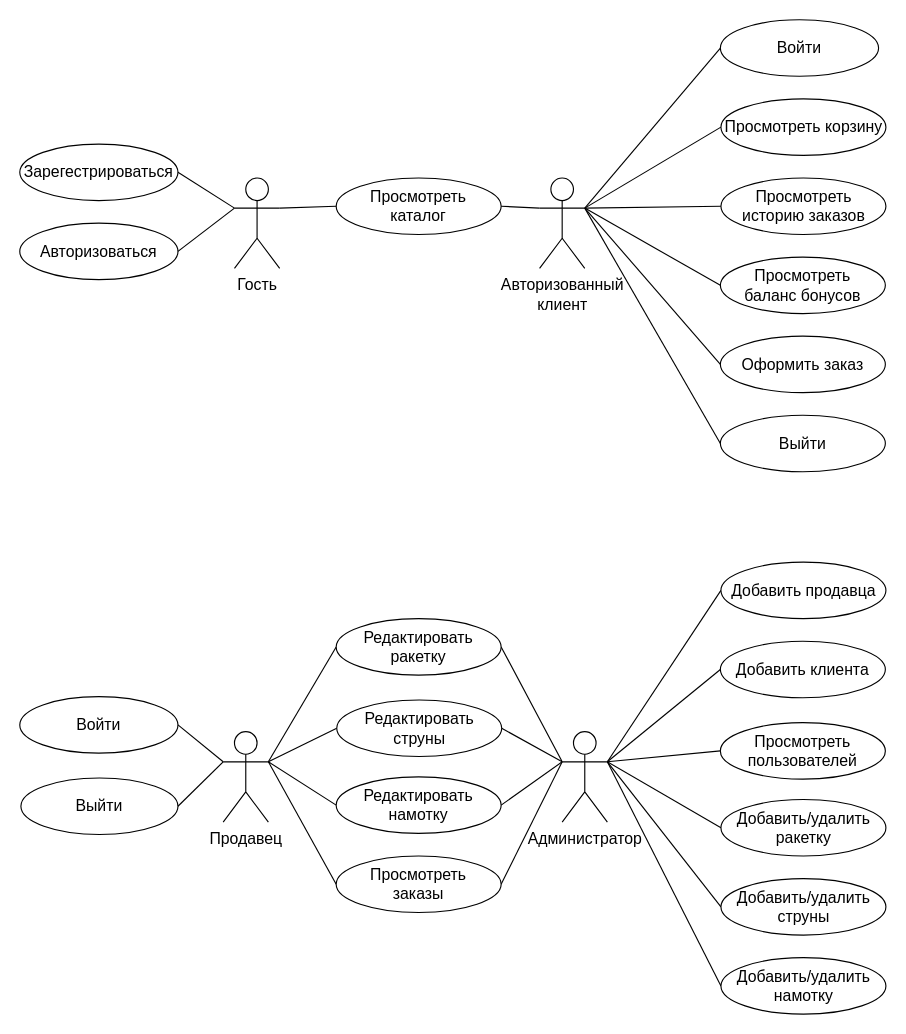
Above: schemes/raws/use-case.drawio in mshsvnv/SoftwareDesign (draw.io), before the change. Source tidied: cells renumbered, new cells numbered last; positions are measured from the earlier drawing's top-left corner, leaving out a move shared by most shapes. Both pictures are drawn from the tidied source at 113%, with x=0, y=0 at pixel (19, 19).
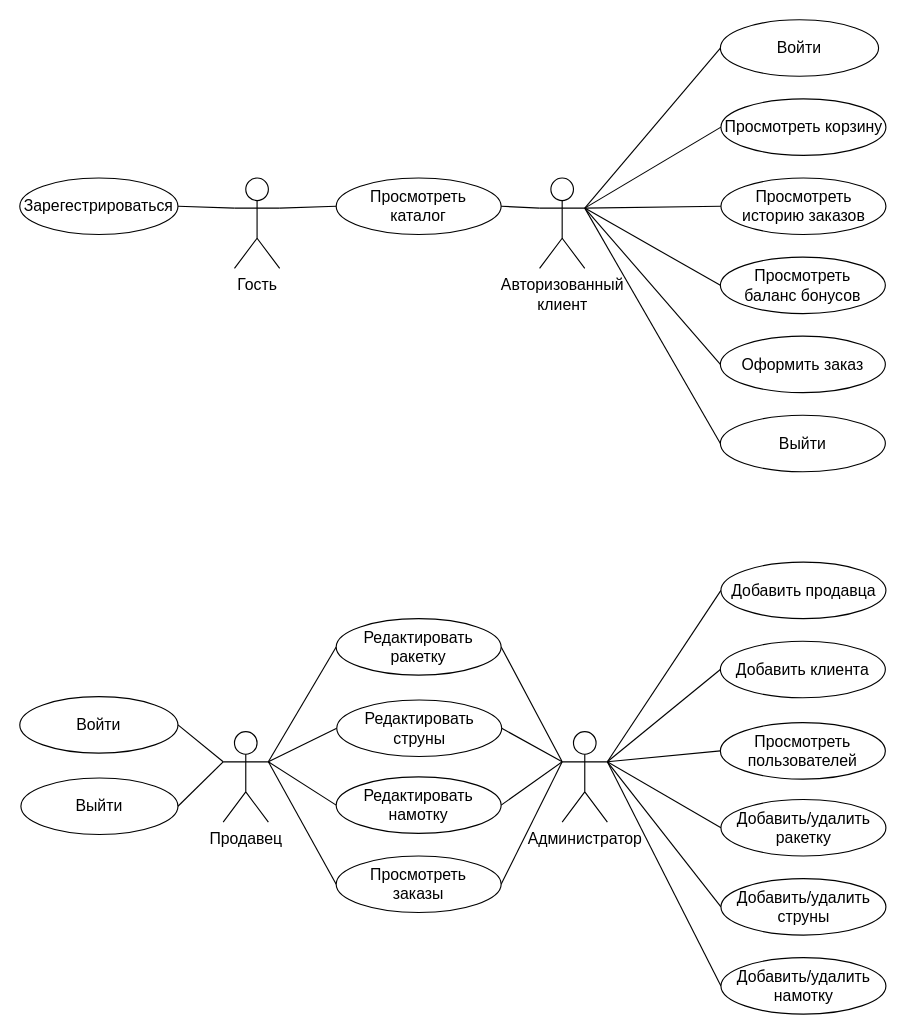
The same diagram, later.

The change refers to these unchanged cells:
```xml
<mxCell id="35" style="group;" parent="1" vertex="1">
  <mxGeometry width="766.5" height="400" as="geometry" />
</mxCell>
<mxCell id="36" value="Гость" style="shape=umlActor;verticalLabelPosition=bottom;verticalAlign=top;html=1;outlineConnect=0;flipV=0;flipH=0;fontSize=14;" parent="35" vertex="1">
  <mxGeometry x="190" y="140" width="40" height="80" as="geometry" />
</mxCell>
```

Change to the diagram source:
```diff
@@
     <mxCell id="43" value="Зарегестрироваться" style="ellipse;whiteSpace=wrap;html=1;flipV=0;flipH=0;fontSize=14;" parent="35" vertex="1">
-      <mxGeometry y="110" width="140" height="50" as="geometry" />
+      <mxGeometry y="140" width="140" height="50" as="geometry" />
     </mxCell>
-    <mxCell id="44" value="Авторизоваться" style="ellipse;whiteSpace=wrap;html=1;flipV=0;flipH=0;fontSize=14;" parent="35" vertex="1">
-      <mxGeometry y="180" width="140" height="50" as="geometry" />
-    </mxCell>
@@
-    <mxCell id="47" style="edgeStyle=none;shape=connector;rounded=0;jettySize=auto;html=1;exitX=1;exitY=0.5;exitDx=0;exitDy=0;entryX=0;entryY=0.3333333333333333;entryDx=0;entryDy=0;entryPerimeter=0;labelBackgroundColor=default;strokeColor=default;align=center;verticalAlign=middle;fontFamily=Helvetica;fontSize=11;fontColor=default;endArrow=none;endFill=0;" parent="35" edge="1" source="44" target="36">
-      <mxGeometry relative="1" as="geometry" />
-    </mxCell>
```
